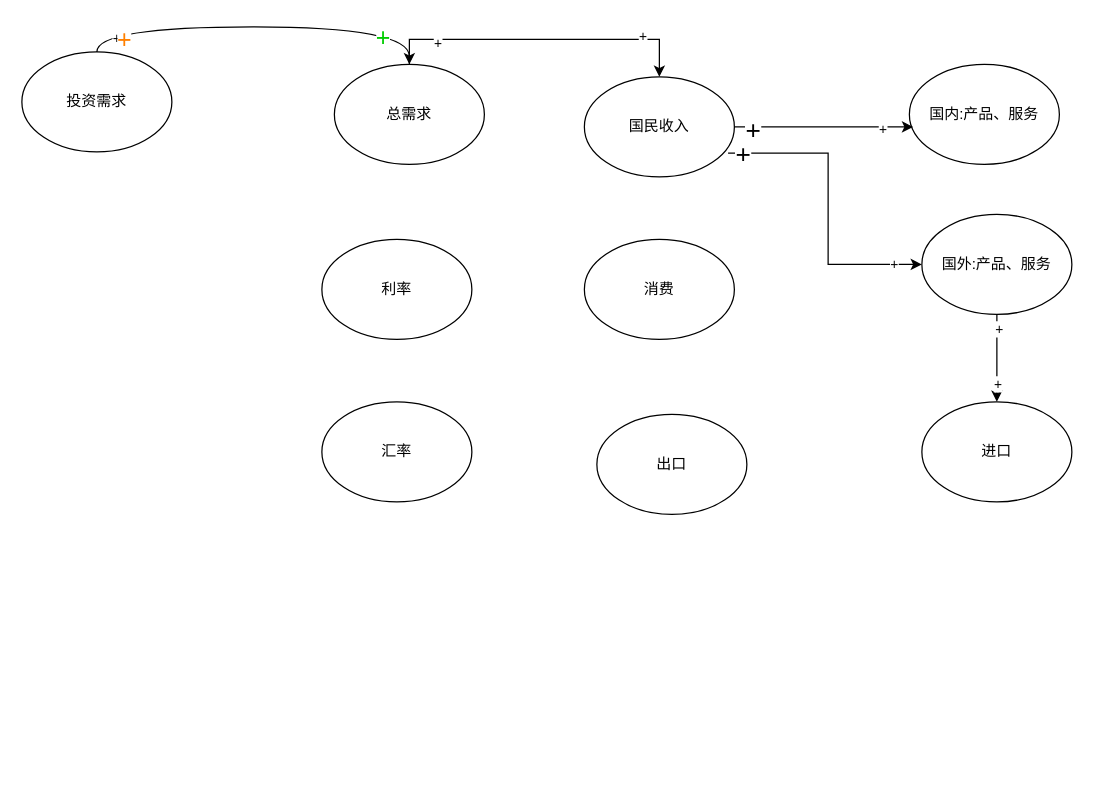
Above: 资产配置变化.drawio in chozee/economic (draw.io), before the change. Source tidied: cells renumbered, new cells numbered last; positions are measured from the earlier drawing's top-left corner, leaving out a move shared by most shapes. Both pictures are drawn from the tidied source at 125%, with x=0, y=0 at pixel (21, 51).
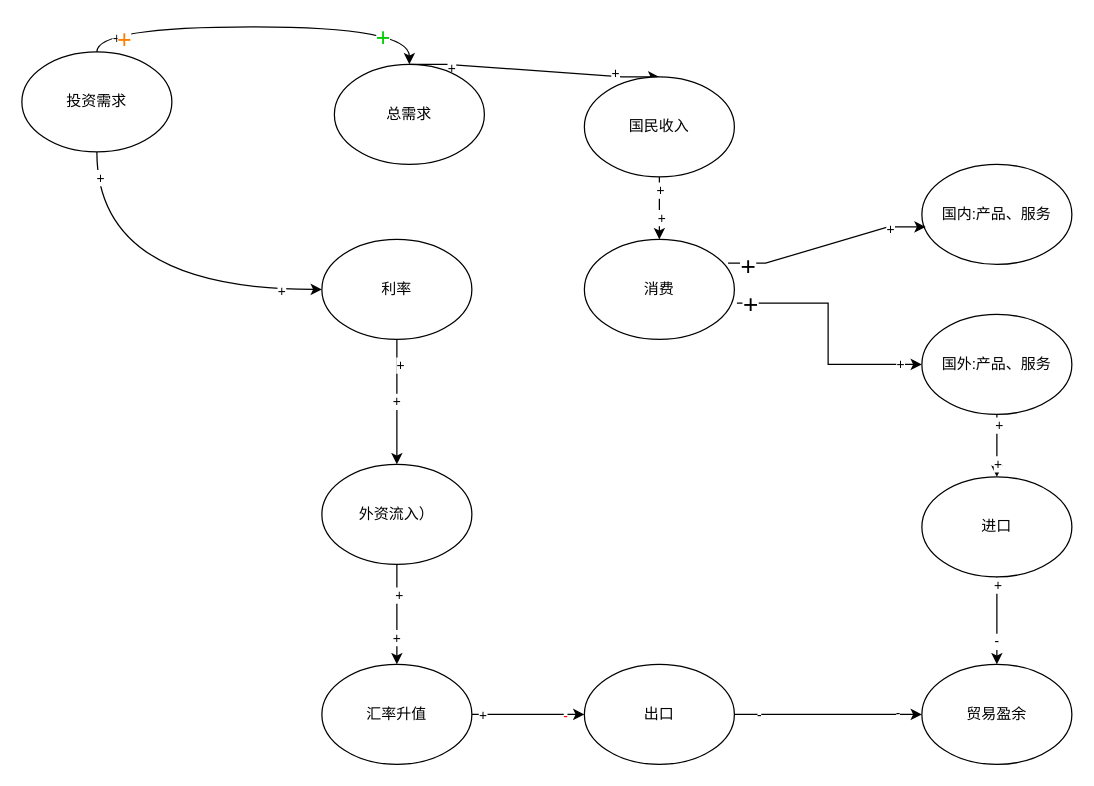
The same diagram, later.

Commit message (it also covers changes not shown here):
Update 资产配置变化.drawio

The change refers to these unchanged cells:
```xml
<mxCell id="6" value="投资需求" style="ellipse;whiteSpace=wrap;html=1;" parent="1" vertex="1">
  <mxGeometry width="120" height="80" as="geometry" />
</mxCell>
<mxCell id="10" value="总需求" style="ellipse;whiteSpace=wrap;html=1;" parent="1" vertex="1">
  <mxGeometry x="250" y="10" width="120" height="80" as="geometry" />
</mxCell>
<mxCell id="11" value="利率" style="ellipse;whiteSpace=wrap;html=1;" parent="1" vertex="1">
  <mxGeometry x="240" y="150" width="120" height="80" as="geometry" />
</mxCell>
<mxCell id="15" value="国民收入" style="ellipse;whiteSpace=wrap;html=1;" parent="1" vertex="1">
  <mxGeometry x="450" y="20" width="120" height="80" as="geometry" />
</mxCell>
<mxCell id="16" value="消费" style="ellipse;whiteSpace=wrap;html=1;" parent="1" vertex="1">
  <mxGeometry x="450" y="150" width="120" height="80" as="geometry" />
</mxCell>
```

The edit, as a diff of the source:
```diff
@@
+    <mxCell id="28" style="edgeStyle=orthogonalEdgeStyle;rounded=0;jettySize=auto;html=1;entryX=0;entryY=0.5;entryDx=0;entryDy=0;curved=1;exitX=0.5;exitY=1;exitDx=0;exitDy=0;" parent="1" edge="1" source="6" target="11">
+      <mxGeometry relative="1" as="geometry" />
+    </mxCell>
+    <mxCell id="29" value="+" style="edgeLabel;html=1;align=center;verticalAlign=middle;" parent="28" vertex="1">
+      <mxGeometry x="-0.86" y="2" relative="1" as="geometry" />
+    </mxCell>
+    <mxCell id="30" value="+" style="edgeLabel;html=1;align=center;verticalAlign=middle;" parent="28" vertex="1">
+      <mxGeometry x="0.77" y="-1" relative="1" as="geometry" />
+    </mxCell>
@@
-    <mxCell id="7" style="edgeStyle=orthogonalEdgeStyle;rounded=0;jettySize=auto;html=1;entryX=0.5;entryY=0;entryDx=0;entryDy=0;exitX=0.5;exitY=0;exitDx=0;exitDy=0;" parent="1" edge="1" source="10" target="15">
+    <mxCell id="7" style="edgeStyle=entityRelationEdgeStyle;rounded=0;jettySize=auto;html=1;entryX=0.5;entryY=0;entryDx=0;entryDy=0;exitX=0.5;exitY=0;exitDx=0;exitDy=0;" parent="1" edge="1" source="10" target="15">
       <mxGeometry relative="1" as="geometry" />
     </mxCell>
@@
+    <mxCell id="31" value="+" style="edgeStyle=orthogonalEdgeStyle;rounded=0;jettySize=auto;html=1;" parent="1" edge="1" source="11" target="22">
+      <mxGeometry relative="1" as="geometry" />
+    </mxCell>
+    <mxCell id="32" value="+" style="edgeLabel;html=1;align=center;verticalAlign=middle;" parent="31" vertex="1">
+      <mxGeometry x="-0.6" y="2" relative="1" as="geometry" />
+    </mxCell>
@@
-    <mxCell id="12" style="edgeStyle=orthogonalEdgeStyle;rounded=0;jettySize=auto;html=1;entryX=0;entryY=0.5;entryDx=0;entryDy=0;exitX=0.958;exitY=0.763;exitDx=0;exitDy=0;exitPerimeter=0;" parent="1" edge="1" source="15" target="21">
+    <mxCell id="12" style="edgeStyle=orthogonalEdgeStyle;rounded=0;jettySize=auto;html=1;entryX=0;entryY=0.5;entryDx=0;entryDy=0;exitX=1.017;exitY=0.638;exitDx=0;exitDy=0;exitPerimeter=0;" parent="1" edge="1" source="16" target="21">
       <mxGeometry relative="1" as="geometry" />
     </mxCell>
@@
+    <mxCell id="33" style="edgeStyle=orthogonalEdgeStyle;rounded=0;jettySize=auto;html=1;entryX=0.5;entryY=0;entryDx=0;entryDy=0;" parent="1" edge="1" source="15" target="16">
+      <mxGeometry relative="1" as="geometry" />
+    </mxCell>
+    <mxCell id="34" value="+" style="edgeLabel;html=1;align=center;verticalAlign=middle;" parent="33" vertex="1">
+      <mxGeometry x="-0.6" relative="1" as="geometry" />
+    </mxCell>
+    <mxCell id="35" value="+" style="edgeLabel;html=1;align=center;verticalAlign=middle;" parent="33" vertex="1">
+      <mxGeometry x="0.28" y="1" relative="1" as="geometry" />
+    </mxCell>
@@
     <mxCell id="17" value="国内:产品、服务" style="ellipse;whiteSpace=wrap;html=1;" parent="1" vertex="1">
-      <mxGeometry x="710" y="10" width="120" height="80" as="geometry" />
+      <mxGeometry x="720" y="90" width="120" height="80" as="geometry" />
     </mxCell>
@@
     <mxCell id="21" value="国外:产品、服务" style="ellipse;whiteSpace=wrap;html=1;" parent="1" vertex="1">
-      <mxGeometry x="720" y="130" width="120" height="80" as="geometry" />
+      <mxGeometry x="720" y="210" width="120" height="80" as="geometry" />
     </mxCell>
+    <mxCell id="36" style="edgeStyle=orthogonalEdgeStyle;rounded=0;jettySize=auto;html=1;" parent="1" edge="1" source="22" target="48">
+      <mxGeometry relative="1" as="geometry" />
+    </mxCell>
+    <mxCell id="37" value="+" style="edgeLabel;html=1;align=center;verticalAlign=middle;" parent="36" vertex="1">
+      <mxGeometry x="-0.4" y="1" relative="1" as="geometry" />
+    </mxCell>
+    <mxCell id="38" value="+" style="edgeLabel;html=1;align=center;verticalAlign=middle;" parent="36" vertex="1">
+      <mxGeometry x="0.45" y="-1" relative="1" as="geometry" />
+    </mxCell>
+    <mxCell id="39" style="edgeStyle=orthogonalEdgeStyle;rounded=0;jettySize=auto;html=1;entryX=0;entryY=0.5;entryDx=0;entryDy=0;exitX=1;exitY=0.5;exitDx=0;exitDy=0;" parent="1" edge="1" source="48" target="23">
+      <mxGeometry relative="1" as="geometry" />
+    </mxCell>
+    <mxCell id="40" value="+" style="edgeLabel;html=1;align=center;verticalAlign=middle;" parent="39" vertex="1">
+      <mxGeometry x="-0.82" relative="1" as="geometry" />
+    </mxCell>
+    <mxCell id="41" value="&lt;font color=&quot;#ff0000&quot;&gt;-&lt;/font&gt;" style="edgeLabel;html=1;align=center;verticalAlign=middle;" parent="39" vertex="1">
+      <mxGeometry x="0.64" y="-1" relative="1" as="geometry" />
+    </mxCell>
-    <mxCell id="22" value="汇率" style="ellipse;whiteSpace=wrap;html=1;" parent="1" vertex="1">
-      <mxGeometry x="240" y="280" width="120" height="80" as="geometry" />
+    <mxCell id="22" value="外资流入）" style="ellipse;whiteSpace=wrap;html=1;" parent="1" vertex="1">
+      <mxGeometry x="240" y="330" width="120" height="80" as="geometry" />
     </mxCell>
+    <mxCell id="42" style="edgeStyle=orthogonalEdgeStyle;rounded=0;jettySize=auto;html=1;entryX=0;entryY=0.5;entryDx=0;entryDy=0;" parent="1" edge="1" source="23" target="49">
+      <mxGeometry relative="1" as="geometry" />
+    </mxCell>
+    <mxCell id="43" value="-" style="edgeLabel;html=1;align=center;verticalAlign=middle;" parent="42" vertex="1">
+      <mxGeometry x="-0.75" relative="1" as="geometry" />
+    </mxCell>
+    <mxCell id="44" value="-" style="edgeLabel;html=1;align=center;verticalAlign=middle;" parent="42" vertex="1">
+      <mxGeometry x="0.73" y="2" relative="1" as="geometry" />
+    </mxCell>
     <mxCell id="23" value="出口" style="ellipse;whiteSpace=wrap;html=1;" parent="1" vertex="1">
-      <mxGeometry x="460" y="290" width="120" height="80" as="geometry" />
+      <mxGeometry x="450" y="490" width="120" height="80" as="geometry" />
     </mxCell>
+    <mxCell id="45" style="edgeStyle=orthogonalEdgeStyle;rounded=0;jettySize=auto;html=1;" parent="1" edge="1" source="24" target="49">
+      <mxGeometry relative="1" as="geometry" />
+    </mxCell>
+    <mxCell id="46" value="+" style="edgeLabel;html=1;align=center;verticalAlign=middle;" parent="45" vertex="1">
+      <mxGeometry x="-0.83" relative="1" as="geometry" />
+    </mxCell>
+    <mxCell id="47" value="-" style="edgeLabel;html=1;align=center;verticalAlign=middle;" parent="45" vertex="1">
+      <mxGeometry x="0.46" y="-1" relative="1" as="geometry" />
+    </mxCell>
     <mxCell id="24" value="进口" style="ellipse;whiteSpace=wrap;html=1;" parent="1" vertex="1">
-      <mxGeometry x="720" y="280" width="120" height="80" as="geometry" />
+      <mxGeometry x="720" y="340" width="120" height="80" as="geometry" />
     </mxCell>
-    <mxCell id="25" style="edgeStyle=orthogonalEdgeStyle;rounded=0;jettySize=auto;html=1;entryX=0.025;entryY=0.625;entryDx=0;entryDy=0;entryPerimeter=0;" parent="1" edge="1" source="15" target="17">
+    <mxCell id="25" style="edgeStyle=entityRelationEdgeStyle;rounded=0;jettySize=auto;html=1;entryX=0.025;entryY=0.625;entryDx=0;entryDy=0;entryPerimeter=0;exitX=0.958;exitY=0.238;exitDx=0;exitDy=0;exitPerimeter=0;" parent="1" edge="1" source="16" target="17">
       <mxGeometry relative="1" as="geometry" />
     </mxCell>
@@
+    <mxCell id="48" value="汇率升值" style="ellipse;whiteSpace=wrap;html=1;" parent="1" vertex="1">
+      <mxGeometry x="240" y="490" width="120" height="80" as="geometry" />
+    </mxCell>
+    <mxCell id="49" value="贸易盈余" style="ellipse;whiteSpace=wrap;html=1;" parent="1" vertex="1">
+      <mxGeometry x="720" y="490" width="120" height="80" as="geometry" />
+    </mxCell>
```
